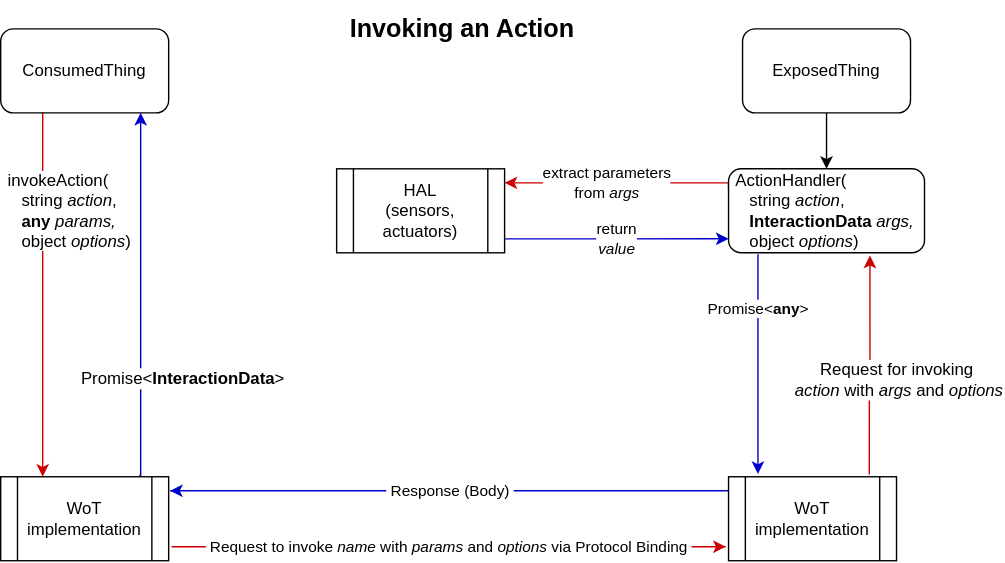
This is wot-scripting-api/images/scripting-action-data.svg from zolkis/github.io, a draw.io export, as it was before one commit. Source tidied: cells renumbered, new cells last; positions are measured from the earlier drawing's top-left corner, leaving out a move shared by most shapes.
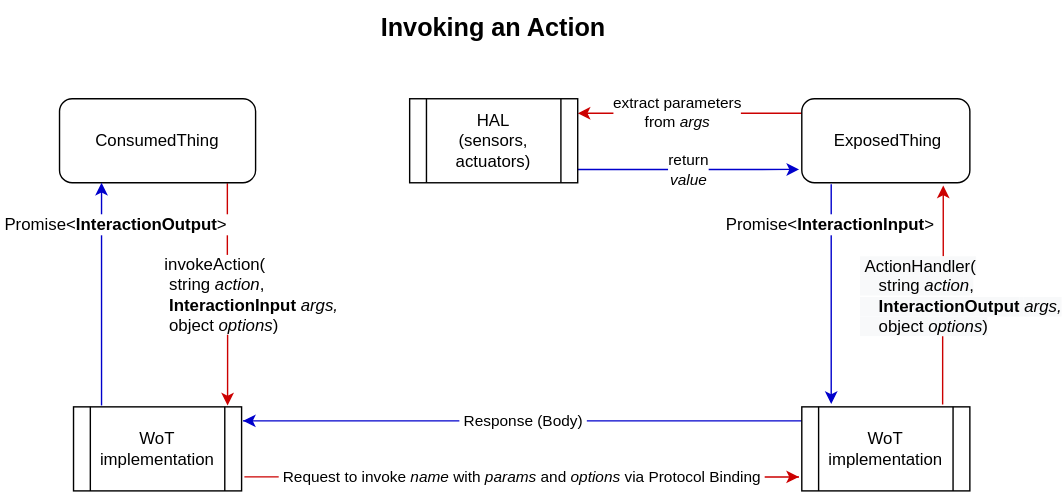
The same diagram one commit later.

Commit message:
WoT Scripting: add InteractionInput and InteractionOutput

Diff of the diagram source:
```diff
@@ -2,11 +2,13 @@
   <root>
     <mxCell id="0" />
     <mxCell id="1" parent="0" />
-    <mxCell id="2" value="&lt;font style=&quot;font-size: 12px&quot;&gt;&amp;nbsp;invokeAction(&lt;br&gt;&amp;nbsp; &amp;nbsp; string &lt;i&gt;action&lt;/i&gt;, &lt;br&gt;&lt;b&gt;&amp;nbsp; &amp;nbsp; any &lt;/b&gt;&lt;i&gt;params,&lt;br&gt;&lt;/i&gt;&amp;nbsp; &amp;nbsp; object &lt;i&gt;options&lt;/i&gt;)&lt;/font&gt;" style="edgeStyle=orthogonalEdgeStyle;rounded=0;jettySize=auto;html=1;exitX=0.25;exitY=1;exitDx=0;exitDy=0;strokeColor=#CC0000;entryX=0.25;entryY=0;entryDx=0;entryDy=0;align=left;" parent="1" edge="1" source="3" target="6">
-      <mxGeometry x="-0.46" y="-30" relative="1" as="geometry" />
+    <mxCell id="2" value="&lt;font style=&quot;font-size: 12px&quot;&gt;&amp;nbsp;invokeAction(&lt;br&gt;&amp;nbsp; string &lt;i&gt;action&lt;/i&gt;, &lt;br&gt;&lt;b&gt;&amp;nbsp; InteractionInput&amp;nbsp;&lt;/b&gt;&lt;i&gt;args,&lt;br&gt;&lt;/i&gt;&amp;nbsp; object &lt;i&gt;options&lt;/i&gt;)&lt;/font&gt;" style="edgeStyle=orthogonalEdgeStyle;rounded=0;jettySize=auto;html=1;strokeColor=#CC0000;align=left;exitX=0.856;exitY=1.006;exitDx=0;exitDy=0;exitPerimeter=0;" parent="1" edge="1" source="3">
+      <mxGeometry y="-50" relative="1" as="geometry">
+        <mxPoint x="110" y="339" as="targetPoint" />
+      </mxGeometry>
     </mxCell>
     <mxCell id="3" value="ConsumedThing" style="rounded=1;whiteSpace=wrap;html=1;" parent="1" vertex="1">
-      <mxGeometry y="20" width="120" height="60" as="geometry" />
+      <mxGeometry x="-10" y="120" width="140" height="60" as="geometry" />
     </mxCell>
     <mxCell id="4" value="&amp;nbsp;Request to invoke &lt;i&gt;name&lt;/i&gt; with &lt;i&gt;params&lt;/i&gt;&amp;nbsp;and &lt;i&gt;options&lt;/i&gt; via Protocol Binding&amp;nbsp;" style="edgeStyle=orthogonalEdgeStyle;rounded=0;orthogonalLoop=1;jettySize=auto;html=1;strokeColor=#CC0000;" parent="1" edge="1">
       <mxGeometry relative="1" as="geometry">
@@ -18,27 +20,23 @@
         </Array>
       </mxGeometry>
     </mxCell>
-    <mxCell id="5" value="&lt;font style=&quot;font-size: 12px&quot;&gt;&amp;nbsp;Promise&amp;lt;&lt;b&gt;InteractionData&lt;/b&gt;&amp;gt;&amp;nbsp;&lt;/font&gt;" style="edgeStyle=orthogonalEdgeStyle;rounded=0;jettySize=auto;html=1;exitX=0.825;exitY=-0.017;exitDx=0;exitDy=0;exitPerimeter=0;strokeColor=#0000CC;" parent="1" edge="1" source="6">
-      <mxGeometry x="-0.46" y="-30" relative="1" as="geometry">
-        <mxPoint x="100" y="80" as="targetPoint" />
+    <mxCell id="5" value="&lt;font style=&quot;font-size: 12px&quot;&gt;&amp;nbsp;Promise&amp;lt;&lt;b&gt;InteractionOutput&lt;/b&gt;&amp;gt;&amp;nbsp;&lt;/font&gt;" style="edgeStyle=orthogonalEdgeStyle;rounded=0;orthogonalLoop=1;jettySize=auto;html=1;strokeColor=#0000CC;" parent="1" edge="1">
+      <mxGeometry x="0.63" y="-10" relative="1" as="geometry">
+        <mxPoint x="20" y="339" as="sourcePoint" />
+        <mxPoint x="20" y="180" as="targetPoint" />
         <Array as="points">
-          <mxPoint x="100" y="339" />
+          <mxPoint x="20" y="339" />
+          <mxPoint x="20" y="180" />
         </Array>
       </mxGeometry>
     </mxCell>
     <mxCell id="6" value="WoT &lt;br&gt;implementation" style="shape=process;whiteSpace=wrap;html=1;backgroundOutline=1;" parent="1" vertex="1">
       <mxGeometry y="340" width="120" height="60" as="geometry" />
     </mxCell>
-    <mxCell id="7" style="edgeStyle=orthogonalEdgeStyle;rounded=0;jettySize=auto;html=1;exitX=0.5;exitY=1;exitDx=0;exitDy=0;entryX=0.5;entryY=0;entryDx=0;entryDy=0;" parent="1" edge="1" source="8" target="13">
-      <mxGeometry relative="1" as="geometry" />
-    </mxCell>
-    <mxCell id="8" value="ExposedThing" style="rounded=1;whiteSpace=wrap;html=1;" parent="1" vertex="1">
-      <mxGeometry x="530" y="20" width="120" height="60" as="geometry" />
-    </mxCell>
-    <mxCell id="9" value="&lt;font style=&quot;font-size: 12px&quot;&gt;&amp;nbsp;Request for invoking&amp;nbsp;&lt;br&gt;&amp;nbsp;&lt;i&gt;action&lt;/i&gt; with &lt;i&gt;args&lt;/i&gt;&amp;nbsp;and &lt;i&gt;options&lt;/i&gt;&lt;/font&gt;" style="edgeStyle=orthogonalEdgeStyle;rounded=0;jettySize=auto;html=1;exitX=0.838;exitY=-0.028;exitDx=0;exitDy=0;strokeColor=#CC0000;exitPerimeter=0;" parent="1" edge="1" source="11">
-      <mxGeometry x="-0.01" y="-21" relative="1" as="geometry">
+    <mxCell id="9" value="&lt;span style=&quot;font-size: 12px ; background-color: rgb(248 , 249 , 250)&quot;&gt;&amp;nbsp;ActionHandler(&lt;/span&gt;&lt;br style=&quot;font-size: 12px ; background-color: rgb(248 , 249 , 250)&quot;&gt;&lt;span style=&quot;font-size: 12px ; background-color: rgb(248 , 249 , 250)&quot;&gt;&amp;nbsp; &amp;nbsp; string&amp;nbsp;&lt;/span&gt;&lt;i style=&quot;font-size: 12px ; background-color: rgb(248 , 249 , 250)&quot;&gt;action&lt;/i&gt;&lt;span style=&quot;font-size: 12px ; background-color: rgb(248 , 249 , 250)&quot;&gt;,&lt;/span&gt;&lt;br style=&quot;font-size: 12px ; background-color: rgb(248 , 249 , 250)&quot;&gt;&lt;b style=&quot;font-size: 12px ; background-color: rgb(248 , 249 , 250)&quot;&gt;&amp;nbsp; &amp;nbsp; InteractionOutput&lt;/b&gt;&lt;span style=&quot;font-size: 12px ; background-color: rgb(248 , 249 , 250)&quot;&gt;&amp;nbsp;&lt;/span&gt;&lt;i style=&quot;font-size: 12px ; background-color: rgb(248 , 249 , 250)&quot;&gt;args,&lt;br&gt;&lt;/i&gt;&lt;span style=&quot;font-size: 12px ; background-color: rgb(248 , 249 , 250)&quot;&gt;&amp;nbsp; &amp;nbsp; object&amp;nbsp;&lt;/span&gt;&lt;i style=&quot;font-size: 12px ; background-color: rgb(248 , 249 , 250)&quot;&gt;options&lt;/i&gt;&lt;span style=&quot;font-size: 12px ; background-color: rgb(248 , 249 , 250)&quot;&gt;)&lt;/span&gt;" style="edgeStyle=orthogonalEdgeStyle;rounded=0;jettySize=auto;html=1;exitX=0.838;exitY=-0.028;exitDx=0;exitDy=0;strokeColor=#CC0000;exitPerimeter=0;align=left;" parent="1" edge="1" source="11">
+      <mxGeometry x="-0.01" y="61" relative="1" as="geometry">
         <mxPoint x="621" y="182" as="targetPoint" />
-        <mxPoint x="-2" y="10" as="offset" />
+        <mxPoint x="-61" y="61" as="offset" />
       </mxGeometry>
     </mxCell>
     <mxCell id="10" value="&amp;nbsp;Response (Body)&amp;nbsp;" style="edgeStyle=orthogonalEdgeStyle;rounded=0;orthogonalLoop=1;jettySize=auto;html=1;strokeColor=#0000CC;" parent="1" edge="1">
@@ -54,21 +52,20 @@
     <mxCell id="11" value="WoT &lt;br&gt;implementation" style="shape=process;whiteSpace=wrap;html=1;backgroundOutline=1;" parent="1" vertex="1">
       <mxGeometry x="520" y="340" width="120" height="60" as="geometry" />
     </mxCell>
-    <mxCell id="12" value="extract parameters&lt;br&gt;from&amp;nbsp;&lt;i&gt;args&lt;/i&gt;" style="edgeStyle=orthogonalEdgeStyle;rounded=0;jettySize=auto;html=1;exitX=0;exitY=0.25;exitDx=0;exitDy=0;strokeColor=#CC0000;" parent="1" edge="1" source="13" target="15">
+    <mxCell id="12" value="extract parameters&lt;br&gt;from&amp;nbsp;&lt;i&gt;args&lt;/i&gt;" style="edgeStyle=orthogonalEdgeStyle;rounded=0;jettySize=auto;html=1;strokeColor=#CC0000;exitX=0.002;exitY=0.173;exitDx=0;exitDy=0;exitPerimeter=0;" parent="1" edge="1" source="13" target="15">
       <mxGeometry x="0.11" relative="1" as="geometry">
         <Array as="points">
-          <mxPoint x="520" y="130" />
+          <mxPoint x="380" y="130" />
+          <mxPoint x="380" y="130" />
         </Array>
       </mxGeometry>
     </mxCell>
-    <mxCell id="13" value="&amp;nbsp;ActionHandler(&lt;br&gt;&amp;nbsp; &amp;nbsp; string &lt;i&gt;action&lt;/i&gt;,&lt;br&gt;&lt;b&gt;&amp;nbsp; &amp;nbsp; InteractionData&lt;/b&gt; &lt;i&gt;args,&lt;br&gt;&lt;/i&gt;&amp;nbsp; &amp;nbsp; object &lt;i&gt;options&lt;/i&gt;)" style="rounded=1;whiteSpace=wrap;html=1;align=left;" parent="1" vertex="1">
-      <mxGeometry x="520" y="120" width="140" height="60" as="geometry" />
+    <mxCell id="13" value="&amp;nbsp;ExposedThing" style="rounded=1;whiteSpace=wrap;html=1;align=center;" parent="1" vertex="1">
+      <mxGeometry x="520" y="120" width="120" height="60" as="geometry" />
     </mxCell>
-    <mxCell id="14" value="return&lt;br&gt;&lt;i&gt;value&lt;/i&gt;" style="edgeStyle=orthogonalEdgeStyle;rounded=0;jettySize=auto;html=1;strokeColor=#0000CC;" parent="1" edge="1" source="15">
+    <mxCell id="14" value="return&lt;br&gt;&lt;i&gt;value&lt;/i&gt;" style="edgeStyle=orthogonalEdgeStyle;rounded=0;jettySize=auto;html=1;strokeColor=#0000CC;entryX=-0.016;entryY=0.841;entryDx=0;entryDy=0;entryPerimeter=0;" parent="1" edge="1" source="15" target="13">
       <mxGeometry relative="1" as="geometry">
-        <mxPoint x="520" y="170" as="targetPoint" />
         <Array as="points">
-          <mxPoint x="420" y="170" />
           <mxPoint x="420" y="170" />
         </Array>
       </mxGeometry>
@@ -82,13 +79,13 @@
         <mxPoint x="541" y="338" as="targetPoint" />
       </mxGeometry>
     </mxCell>
-    <mxCell id="17" value="Promise&amp;lt;&lt;b&gt;any&lt;/b&gt;&amp;gt;" style="edgeLabel;html=1;align=center;verticalAlign=middle;" parent="16" vertex="1">
+    <mxCell id="17" value="&lt;font style=&quot;font-size: 12px&quot;&gt;Promise&amp;lt;&lt;b&gt;InteractionInput&lt;/b&gt;&amp;gt;&lt;/font&gt;" style="edgeLabel;html=1;align=center;verticalAlign=middle;" parent="16" vertex="1">
       <mxGeometry x="-0.7" relative="1" as="geometry">
-        <mxPoint y="15.6" as="offset" />
+        <mxPoint x="-1" y="5.5" as="offset" />
       </mxGeometry>
     </mxCell>
     <mxCell id="18" value="&lt;font style=&quot;font-size: 18px&quot;&gt;&lt;b&gt;Invoking an Action&lt;/b&gt;&lt;/font&gt;" style="text;html=1;strokeColor=none;fillColor=none;align=center;verticalAlign=middle;whiteSpace=wrap;rounded=0;" parent="1" vertex="1">
-      <mxGeometry x="240" width="180" height="40" as="geometry" />
+      <mxGeometry x="210" y="50" width="180" height="40" as="geometry" />
     </mxCell>
   </root>
 </mxGraphModel>
```
